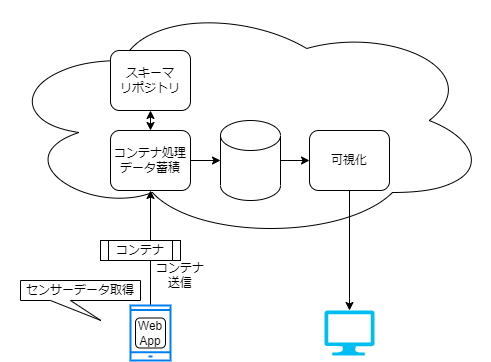
Earlier version of the draw.io export docs/spec_guide/overview.drawio.png (data-container-for-wearable-sensor/StartGuide). Source tidied: cells renumbered, new cells last; positions are measured from the earlier drawing's top-left corner, leaving out a move shared by most shapes.
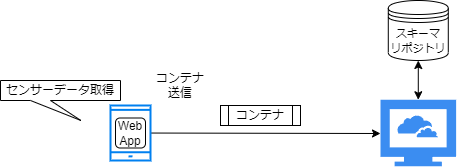
The same file after the commit.

Diff of the diagram source:
```diff
@@ -2,55 +2,34 @@
   <root>
     <mxCell id="0" />
     <mxCell id="1" parent="0" />
-    <mxCell id="2" style="ellipse;shape=cloud;whiteSpace=wrap;html=1;" parent="1" vertex="1">
-      <mxGeometry width="490" height="240" as="geometry" />
-    </mxCell>
-    <mxCell id="3" style="edgeStyle=none;html=1;entryX=0;entryY=0.5;entryDx=0;entryDy=0;" parent="1" edge="1" source="4" target="11">
-      <mxGeometry relative="1" as="geometry" />
-    </mxCell>
-    <mxCell id="4" style="shape=cylinder3;whiteSpace=wrap;html=1;boundedLbl=1;backgroundOutline=1;size=15;" parent="1" vertex="1">
-      <mxGeometry x="220" y="120" width="60" height="80" as="geometry" />
-    </mxCell>
-    <mxCell id="5" style="verticalLabelPosition=bottom;html=1;verticalAlign=top;align=center;strokeColor=none;fillColor=#00BEF2;shape=mxgraph.azure.computer;" parent="1" vertex="1">
-      <mxGeometry x="324" y="310" width="50" height="45" as="geometry" />
-    </mxCell>
-    <mxCell id="6" style="edgeStyle=none;html=1;" parent="1" edge="1" source="7" target="9">
-      <mxGeometry relative="1" as="geometry" />
+    <mxCell id="6" style="edgeStyle=none;html=1;" parent="1" edge="1" source="7">
+      <mxGeometry relative="1" as="geometry">
+        <mxPoint x="400" y="333" as="targetPoint" />
+      </mxGeometry>
     </mxCell>
     <mxCell id="7" style="html=1;verticalLabelPosition=bottom;align=center;labelBackgroundColor=#ffffff;verticalAlign=top;strokeWidth=2;strokeColor=#0080F0;shadow=0;dashed=0;shape=mxgraph.ios7.icons.smartphone;" parent="1" vertex="1">
       <mxGeometry x="130" y="305" width="40" height="55" as="geometry" />
     </mxCell>
-    <mxCell id="8" style="edgeStyle=none;html=1;" parent="1" edge="1" source="9" target="4">
-      <mxGeometry relative="1" as="geometry" />
-    </mxCell>
-    <mxCell id="9" value="コンテナ処理&lt;br&gt;データ蓄積" style="rounded=1;whiteSpace=wrap;html=1;" parent="1" vertex="1">
-      <mxGeometry x="110" y="130" width="80" height="60" as="geometry" />
-    </mxCell>
-    <mxCell id="10" style="edgeStyle=none;html=1;" parent="1" edge="1" source="11">
-      <mxGeometry relative="1" as="geometry">
-        <mxPoint x="349" y="310" as="targetPoint" />
-      </mxGeometry>
-    </mxCell>
-    <mxCell id="11" value="可視化" style="rounded=1;whiteSpace=wrap;html=1;" parent="1" vertex="1">
-      <mxGeometry x="309" y="130" width="80" height="60" as="geometry" />
-    </mxCell>
     <mxCell id="12" value="センサーデータ取得" style="shape=callout;whiteSpace=wrap;html=1;perimeter=calloutPerimeter;size=20;position=0.25;position2=0.67;" parent="1" vertex="1">
       <mxGeometry x="20" y="280" width="120" height="40" as="geometry" />
     </mxCell>
     <mxCell id="13" value="コンテナ&lt;br&gt;送信" style="text;html=1;strokeColor=none;fillColor=none;align=center;verticalAlign=middle;whiteSpace=wrap;rounded=0;" parent="1" vertex="1">
-      <mxGeometry x="150" y="260" width="60" height="30" as="geometry" />
+      <mxGeometry x="170" y="270" width="60" height="30" as="geometry" />
     </mxCell>
     <mxCell id="14" value="コンテナ" style="shape=process;whiteSpace=wrap;html=1;backgroundOutline=1;" parent="1" vertex="1">
-      <mxGeometry x="100" y="240" width="80" height="20" as="geometry" />
+      <mxGeometry x="240" y="305" width="80" height="20" as="geometry" />
     </mxCell>
     <mxCell id="15" value="Web&lt;br&gt;App" style="rounded=1;whiteSpace=wrap;html=1;" parent="1" vertex="1">
       <mxGeometry x="135" y="317.5" width="30" height="30" as="geometry" />
     </mxCell>
-    <mxCell id="16" style="edgeStyle=none;html=1;startArrow=classic;startFill=1;" parent="1" edge="1" source="17" target="9">
-      <mxGeometry relative="1" as="geometry" />
-    </mxCell>
+    <mxCell id="18" style="sketch=0;html=1;strokeColor=none;shadow=0;align=center;verticalAlign=top;fillColor=#3B8DF1;shape=mxgraph.gcp2.cloud_computer;" parent="1" vertex="1">
+      <mxGeometry x="400" y="299.2" width="75.6" height="66.5" as="geometry" />
+    </mxCell>
+    <mxCell id="19" style="edgeStyle=none;html=1;fontSize=11;startArrow=classic;startFill=1;" parent="1" edge="1" source="17" target="18">
+      <mxGeometry relative="1" as="geometry" />
+    </mxCell>
-    <mxCell id="17" value="スキーマ&lt;br&gt;リポジトリ" style="rounded=1;whiteSpace=wrap;html=1;" parent="1" vertex="1">
-      <mxGeometry x="110" y="50" width="80" height="60" as="geometry" />
+    <mxCell id="17" value="&lt;font style=&quot;font-size: 11px;&quot;&gt;スキーマ&lt;br&gt;リポジトリ&lt;/font&gt;" style="shape=datastore;whiteSpace=wrap;html=1;" parent="1" vertex="1">
+      <mxGeometry x="407.8" y="200" width="60" height="60" as="geometry" />
     </mxCell>
   </root>
 </mxGraphModel>
```
